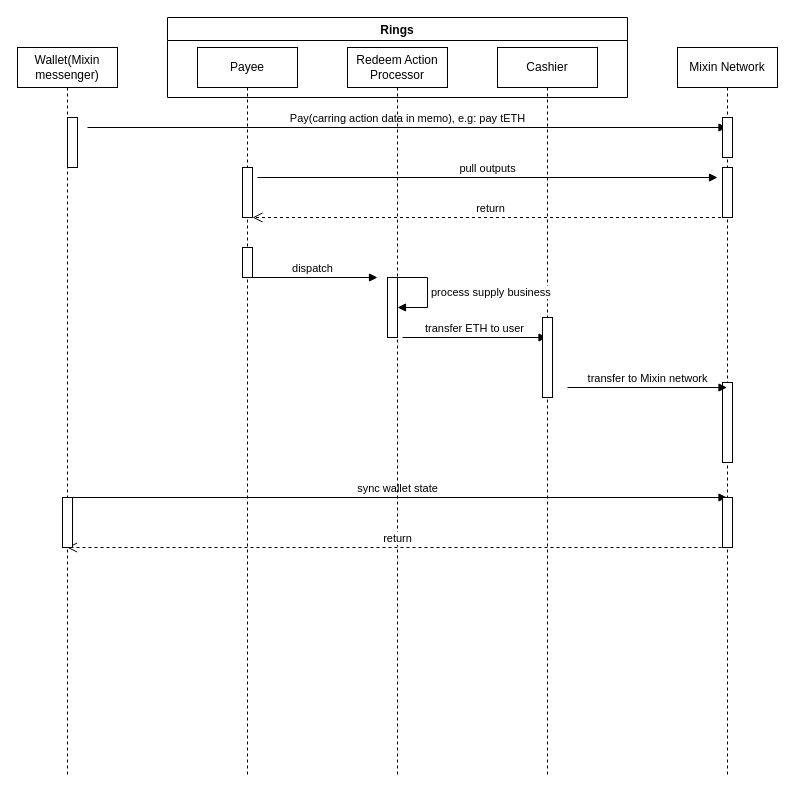
Above: docs/images/tl_redeem.drawio in fox-one/compound (draw.io), before the change. Source tidied: cells renumbered, new cells numbered last; positions are measured from the earlier drawing's top-left corner, leaving out a move shared by most shapes. Both pictures are drawn from the tidied source at 100%, with x=0, y=0 at pixel (17, 17).
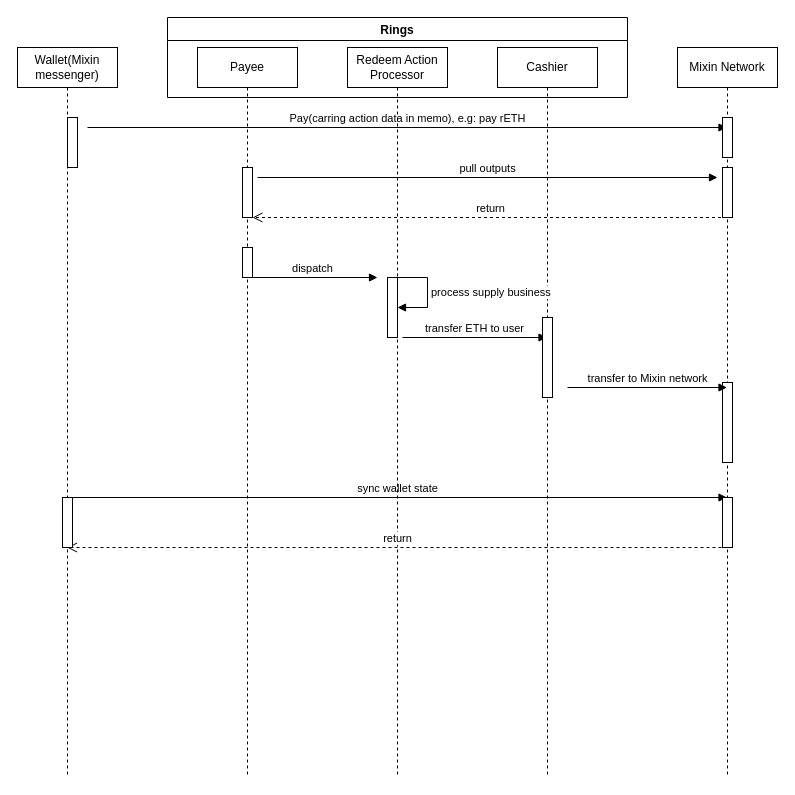
Above is the later version.

Unchanged cells that the change refers to:
```xml
<mxCell id="2" value="Wallet(Mixin messenger)" style="shape=umlLifeline;perimeter=lifelinePerimeter;whiteSpace=wrap;html=1;outlineConnect=0;" parent="1" vertex="1">
  <mxGeometry y="30" width="100" height="730" as="geometry" />
</mxCell>
<mxCell id="6" value="Mixin Network" style="shape=umlLifeline;perimeter=lifelinePerimeter;whiteSpace=wrap;html=1;outlineConnect=0;" parent="1" vertex="1">
  <mxGeometry x="660" y="30" width="100" height="730" as="geometry" />
</mxCell>
```

Change to the diagram source:
```diff
@@
-    <mxCell id="4" value="Pay(carring action data in memo), e.g: pay tETH" style="html=1;verticalAlign=bottom;endArrow=block;" parent="2" edge="1" target="6">
+    <mxCell id="4" value="Pay(carring action data in memo), e.g: pay rETH" style="html=1;verticalAlign=bottom;endArrow=block;" parent="2" edge="1" target="6">
       <mxGeometry relative="1" as="geometry">
         <mxPoint x="70" y="80" as="sourcePoint" />
       </mxGeometry>
     </mxCell>
```
